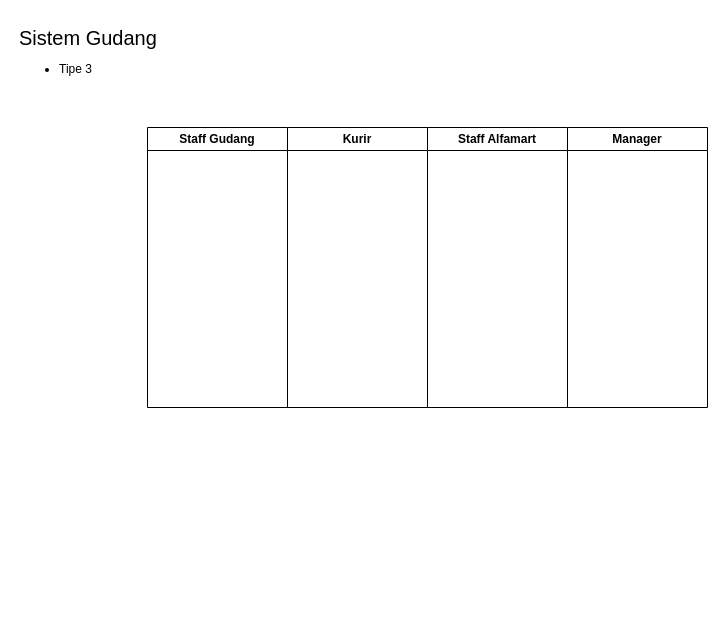
Above: page "Type-3" (3 of 3) of Sistem Gudang.drawio in amentobing/flowchart-algo1A (draw.io), before the change. Source tidied: cells renumbered, new cells numbered last; positions are measured from the earlier drawing's top-left corner, leaving out a move shared by most shapes. Both pictures are drawn from the tidied source at 100%, with x=0, y=0 at pixel (17, 17).
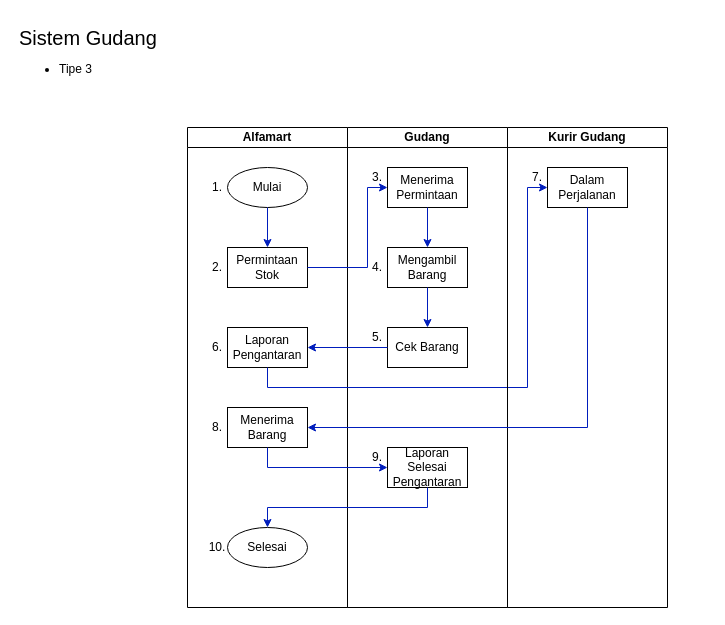
Above is the later version.

Diff of the diagram source:
```diff
@@
+    <mxCell id="5" value="Alfamart" style="swimlane;whiteSpace=wrap;html=1;startSize=20;" parent="1" vertex="1">
+      <mxGeometry x="170" y="110" width="160" height="480" as="geometry" />
+    </mxCell>
+    <mxCell id="7" value="Mulai" style="ellipse;whiteSpace=wrap;html=1;" parent="5" vertex="1">
+      <mxGeometry x="40" y="40" width="80" height="40" as="geometry" />
+    </mxCell>
+    <mxCell id="8" style="endArrow=classic;html=1;exitX=0.5;exitY=1;exitDx=0;exitDy=0;fillColor=#0050ef;strokeColor=#001DBC;rounded=0;entryX=0.5;entryY=0;entryDx=0;entryDy=0;" parent="5" edge="1" source="7" target="9">
+      <mxGeometry relative="1" as="geometry" />
+    </mxCell>
+    <mxCell id="9" value="Permintaan Stok" style="rounded=0;whiteSpace=wrap;html=1;" parent="5" vertex="1">
+      <mxGeometry x="40" y="120" width="80" height="40" as="geometry" />
+    </mxCell>
+    <mxCell id="10" value="Laporan Pengantaran" style="rounded=0;whiteSpace=wrap;html=1;" parent="5" vertex="1">
+      <mxGeometry x="40" y="200" width="80" height="40" as="geometry" />
+    </mxCell>
+    <mxCell id="11" value="Menerima Barang" style="rounded=0;whiteSpace=wrap;html=1;" parent="5" vertex="1">
+      <mxGeometry x="40" y="280" width="80" height="40" as="geometry" />
+    </mxCell>
+    <mxCell id="12" value="Selesai" style="ellipse;whiteSpace=wrap;html=1;" parent="5" vertex="1">
+      <mxGeometry x="40" y="400" width="80" height="40" as="geometry" />
+    </mxCell>
+    <mxCell id="13" value="1." style="text;html=1;strokeColor=none;fillColor=none;align=center;verticalAlign=middle;whiteSpace=wrap;rounded=0;" parent="5" vertex="1">
+      <mxGeometry x="20" y="50" width="20" height="20" as="geometry" />
+    </mxCell>
+    <mxCell id="14" value="2." style="text;html=1;strokeColor=none;fillColor=none;align=center;verticalAlign=middle;whiteSpace=wrap;rounded=0;" parent="5" vertex="1">
+      <mxGeometry x="20" y="130" width="20" height="20" as="geometry" />
+    </mxCell>
+    <mxCell id="15" value="6." style="text;html=1;strokeColor=none;fillColor=none;align=center;verticalAlign=middle;whiteSpace=wrap;rounded=0;" parent="5" vertex="1">
+      <mxGeometry x="20" y="210" width="20" height="20" as="geometry" />
+    </mxCell>
+    <mxCell id="16" value="8." style="text;html=1;strokeColor=none;fillColor=none;align=center;verticalAlign=middle;whiteSpace=wrap;rounded=0;" parent="5" vertex="1">
+      <mxGeometry x="20" y="290" width="20" height="20" as="geometry" />
+    </mxCell>
+    <mxCell id="17" value="10." style="text;html=1;strokeColor=none;fillColor=none;align=center;verticalAlign=middle;whiteSpace=wrap;rounded=0;" parent="5" vertex="1">
+      <mxGeometry x="20" y="410" width="20" height="20" as="geometry" />
+    </mxCell>
-    <mxCell id="3" value="Staff Gudang" style="swimlane;whiteSpace=wrap;html=1;" parent="1" vertex="1">
-      <mxGeometry x="130" y="110" width="140" height="280" as="geometry" />
+    <mxCell id="3" value="Gudang" style="swimlane;whiteSpace=wrap;html=1;startSize=20;" parent="1" vertex="1">
+      <mxGeometry x="330" y="110" width="160" height="480" as="geometry" />
     </mxCell>
+    <mxCell id="18" value="Menerima Permintaan" style="rounded=0;whiteSpace=wrap;html=1;" parent="3" vertex="1">
+      <mxGeometry x="40" y="40" width="80" height="40" as="geometry" />
+    </mxCell>
+    <mxCell id="19" value="Mengambil Barang" style="rounded=0;whiteSpace=wrap;html=1;" parent="3" vertex="1">
+      <mxGeometry x="40" y="120" width="80" height="40" as="geometry" />
+    </mxCell>
+    <mxCell id="20" style="endArrow=classic;html=1;fillColor=#0050ef;strokeColor=#001DBC;rounded=0;exitX=0.5;exitY=1;exitDx=0;exitDy=0;entryX=0.5;entryY=0;entryDx=0;entryDy=0;" parent="3" edge="1" source="18" target="19">
+      <mxGeometry relative="1" as="geometry" />
+    </mxCell>
+    <mxCell id="21" style="endArrow=classic;html=1;exitX=0.5;exitY=1;exitDx=0;exitDy=0;fillColor=#0050ef;strokeColor=#001DBC;rounded=0;entryX=0.5;entryY=0;entryDx=0;entryDy=0;" parent="3" edge="1" source="19" target="22">
+      <mxGeometry relative="1" as="geometry" />
+    </mxCell>
+    <mxCell id="22" value="Cek Barang" style="rounded=0;whiteSpace=wrap;html=1;" parent="3" vertex="1">
+      <mxGeometry x="40" y="200" width="80" height="40" as="geometry" />
+    </mxCell>
+    <mxCell id="23" style="endArrow=classic;html=1;exitX=0.5;exitY=1;exitDx=0;exitDy=0;fillColor=#0050ef;strokeColor=#001DBC;rounded=0;" parent="3" edge="1" source="10">
+      <mxGeometry relative="1" as="geometry">
+        <mxPoint x="200" y="60" as="targetPoint" />
+        <Array as="points">
+          <mxPoint x="-80" y="260" />
+          <mxPoint x="180" y="260" />
+          <mxPoint x="180" y="60" />
+        </Array>
+      </mxGeometry>
+    </mxCell>
+    <mxCell id="24" value="Laporan Selesai Pengantaran" style="rounded=0;whiteSpace=wrap;html=1;" parent="3" vertex="1">
+      <mxGeometry x="40" y="320" width="80" height="40" as="geometry" />
+    </mxCell>
+    <mxCell id="25" value="3." style="text;html=1;strokeColor=none;fillColor=none;align=center;verticalAlign=middle;whiteSpace=wrap;rounded=0;" parent="3" vertex="1">
+      <mxGeometry x="20" y="40" width="20" height="20" as="geometry" />
+    </mxCell>
+    <mxCell id="26" value="4." style="text;html=1;strokeColor=none;fillColor=none;align=center;verticalAlign=middle;whiteSpace=wrap;rounded=0;" parent="3" vertex="1">
+      <mxGeometry x="20" y="130" width="20" height="20" as="geometry" />
+    </mxCell>
+    <mxCell id="27" value="5." style="text;html=1;strokeColor=none;fillColor=none;align=center;verticalAlign=middle;whiteSpace=wrap;rounded=0;" parent="3" vertex="1">
+      <mxGeometry x="20" y="200" width="20" height="20" as="geometry" />
+    </mxCell>
+    <mxCell id="28" value="9." style="text;html=1;strokeColor=none;fillColor=none;align=center;verticalAlign=middle;whiteSpace=wrap;rounded=0;" parent="3" vertex="1">
+      <mxGeometry x="20" y="320" width="20" height="20" as="geometry" />
+    </mxCell>
-    <mxCell id="4" value="Kurir" style="swimlane;whiteSpace=wrap;html=1;" parent="1" vertex="1">
-      <mxGeometry x="270" y="110" width="140" height="280" as="geometry" />
+    <mxCell id="4" value="Kurir Gudang" style="swimlane;whiteSpace=wrap;html=1;startSize=20;" parent="1" vertex="1">
+      <mxGeometry x="490" y="110" width="160" height="480" as="geometry" />
     </mxCell>
-    <mxCell id="5" value="Staff Alfamart" style="swimlane;whiteSpace=wrap;html=1;" parent="1" vertex="1">
-      <mxGeometry x="410" y="110" width="140" height="280" as="geometry" />
-    </mxCell>
-    <mxCell id="6" value="Manager" style="swimlane;whiteSpace=wrap;html=1;" parent="1" vertex="1">
-      <mxGeometry x="550" y="110" width="140" height="280" as="geometry" />
-    </mxCell>
+    <mxCell id="29" value="Dalam Perjalanan" style="rounded=0;whiteSpace=wrap;html=1;" parent="4" vertex="1">
+      <mxGeometry x="40" y="40" width="80" height="40" as="geometry" />
+    </mxCell>
+    <mxCell id="30" value="7." style="text;html=1;strokeColor=none;fillColor=none;align=center;verticalAlign=middle;whiteSpace=wrap;rounded=0;" parent="4" vertex="1">
+      <mxGeometry x="20" y="40" width="20" height="20" as="geometry" />
+    </mxCell>
+    <mxCell id="31" style="endArrow=classic;html=1;fillColor=#0050ef;strokeColor=#001DBC;rounded=0;exitX=1;exitY=0.5;exitDx=0;exitDy=0;entryX=0;entryY=0.5;entryDx=0;entryDy=0;" parent="1" edge="1" source="9" target="18">
+      <mxGeometry relative="1" as="geometry">
+        <Array as="points">
+          <mxPoint x="350" y="250" />
+          <mxPoint x="350" y="170" />
+        </Array>
+      </mxGeometry>
+    </mxCell>
+    <mxCell id="32" style="endArrow=classic;html=1;exitX=0;exitY=0.5;exitDx=0;exitDy=0;fillColor=#0050ef;strokeColor=#001DBC;rounded=0;entryX=1;entryY=0.5;entryDx=0;entryDy=0;" parent="1" edge="1" source="22" target="10">
+      <mxGeometry relative="1" as="geometry" />
+    </mxCell>
+    <mxCell id="33" style="endArrow=classic;html=1;exitX=0.5;exitY=1;exitDx=0;exitDy=0;fillColor=#0050ef;strokeColor=#001DBC;rounded=0;entryX=1;entryY=0.5;entryDx=0;entryDy=0;" parent="1" edge="1" source="29" target="11">
+      <mxGeometry relative="1" as="geometry">
+        <Array as="points">
+          <mxPoint x="570" y="410" />
+        </Array>
+      </mxGeometry>
+    </mxCell>
+    <mxCell id="34" style="endArrow=classic;html=1;exitX=0.5;exitY=1;exitDx=0;exitDy=0;fillColor=#0050ef;strokeColor=#001DBC;rounded=0;entryX=0;entryY=0.5;entryDx=0;entryDy=0;" parent="1" edge="1" source="11" target="24">
+      <mxGeometry relative="1" as="geometry">
+        <Array as="points">
+          <mxPoint x="250" y="450" />
+        </Array>
+      </mxGeometry>
+    </mxCell>
+    <mxCell id="35" style="endArrow=classic;html=1;exitX=0.5;exitY=1;exitDx=0;exitDy=0;fillColor=#0050ef;strokeColor=#001DBC;rounded=0;entryX=0.5;entryY=0;entryDx=0;entryDy=0;" parent="1" edge="1" source="24" target="12">
+      <mxGeometry relative="1" as="geometry">
+        <Array as="points">
+          <mxPoint x="410" y="490" />
+          <mxPoint x="250" y="490" />
+        </Array>
+      </mxGeometry>
+    </mxCell>
```
